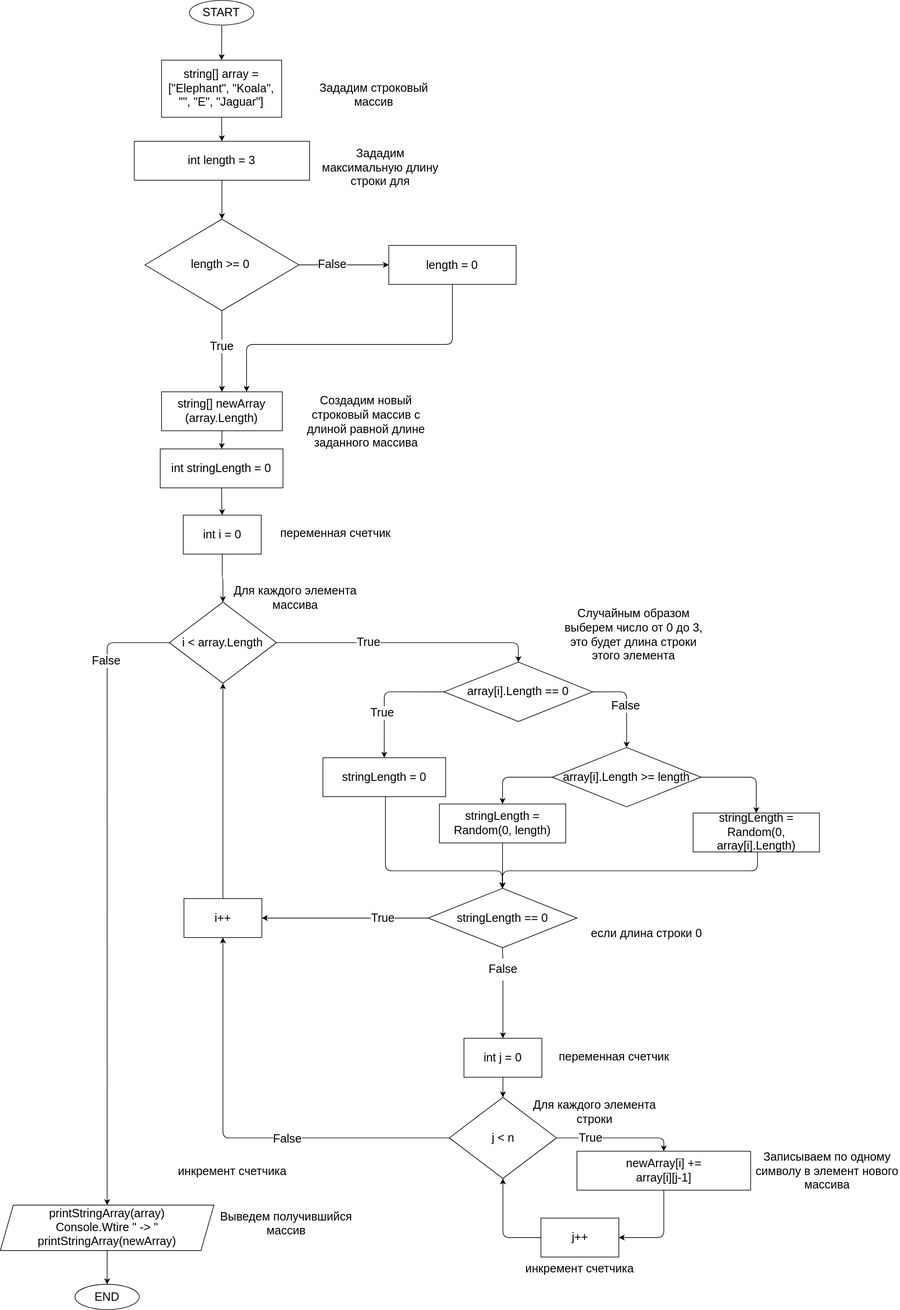
Above: task_diagram.drawio.svg in kraftonius/gb_quarter1 (draw.io), before the change. Source tidied: cells renumbered, new cells last; positions are measured from the earlier drawing's top-left corner, leaving out a move shared by most shapes.
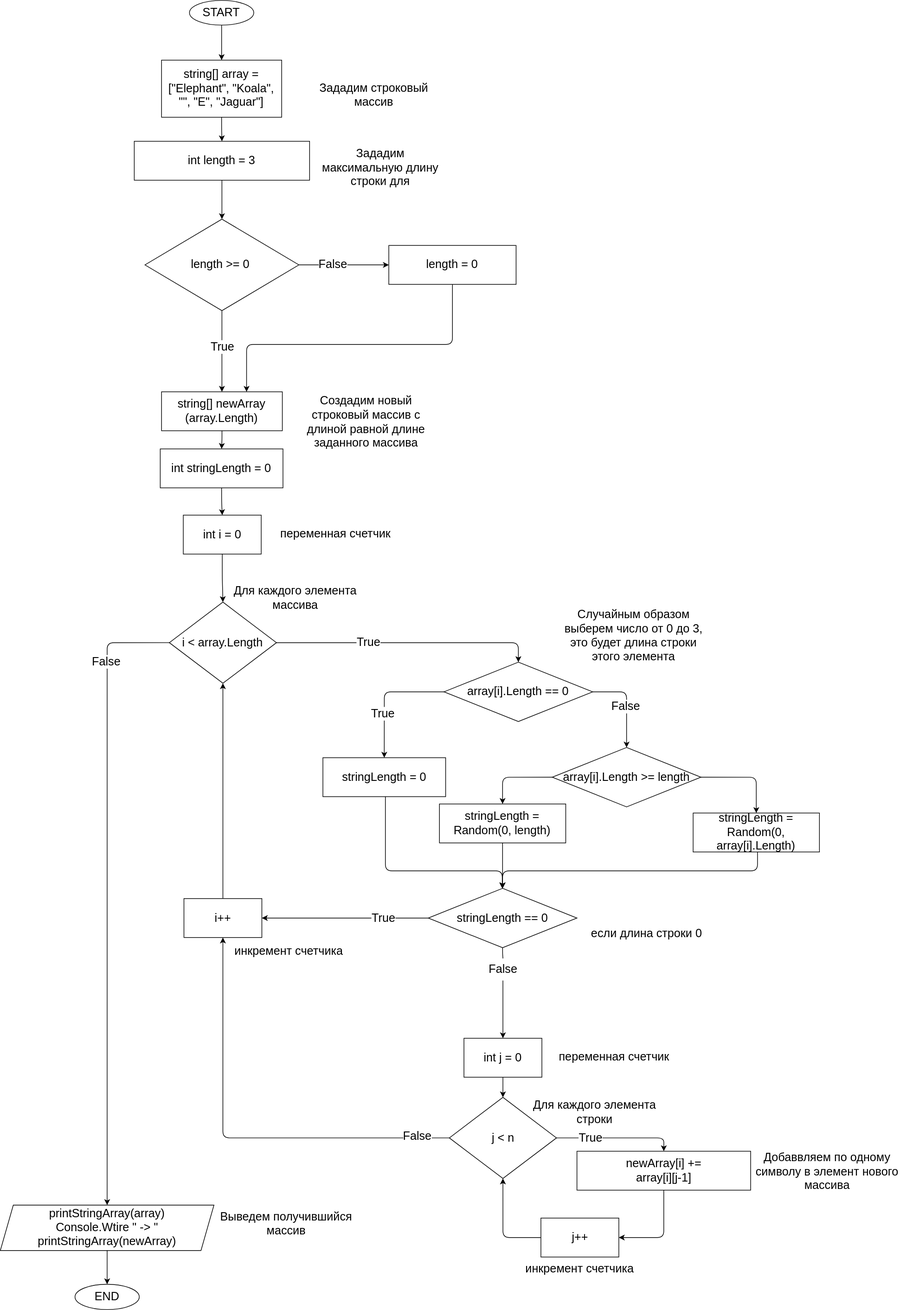
Later version of the same file.

Change to the diagram source:
```diff
@@ -59,7 +59,9 @@
       <mxGeometry relative="1" as="geometry" />
     </mxCell>
     <mxCell id="20" value="False" style="edgeLabel;html=1;align=center;verticalAlign=middle;fontSize=18;" parent="19" vertex="1">
-      <mxGeometry x="-0.24" y="1" relative="1" as="geometry" />
+      <mxGeometry x="-0.24" y="1" relative="1" as="geometry">
+        <mxPoint x="200" y="-4" as="offset" />
+      </mxGeometry>
     </mxCell>
     <mxCell id="21" value="j &amp;lt; n" style="rhombus;whiteSpace=wrap;html=1;fontSize=18;" parent="1" vertex="1">
       <mxGeometry x="691.5" y="1690" width="165" height="125" as="geometry" />
@@ -106,7 +108,7 @@
     <mxCell id="35" value="Для каждого элемента строки" style="text;html=1;strokeColor=none;fillColor=none;align=center;verticalAlign=middle;whiteSpace=wrap;rounded=0;fontSize=18;" parent="1" vertex="1">
       <mxGeometry x="804" y="1681" width="223" height="63" as="geometry" />
     </mxCell>
-    <mxCell id="36" value="Записываем по одному символу в элемент нового массива" style="text;html=1;strokeColor=none;fillColor=none;align=center;verticalAlign=middle;whiteSpace=wrap;rounded=0;fontSize=18;" parent="1" vertex="1">
+    <mxCell id="36" value="Добаввляем по одному символу в элемент нового массива" style="text;html=1;strokeColor=none;fillColor=none;align=center;verticalAlign=middle;whiteSpace=wrap;rounded=0;fontSize=18;" parent="1" vertex="1">
       <mxGeometry x="1162" y="1773" width="223" height="63" as="geometry" />
     </mxCell>
     <mxCell id="37" value="переменная счетчик" style="text;html=1;strokeColor=none;fillColor=none;align=center;verticalAlign=middle;whiteSpace=wrap;rounded=0;fontSize=18;" parent="1" vertex="1">
@@ -116,7 +118,7 @@
       <mxGeometry x="781" y="1922" width="223" height="63" as="geometry" />
     </mxCell>
     <mxCell id="39" value="инкремент счетчика" style="text;html=1;strokeColor=none;fillColor=none;align=center;verticalAlign=middle;whiteSpace=wrap;rounded=0;fontSize=18;" parent="1" vertex="1">
-      <mxGeometry x="245.5" y="1773" width="223" height="63" as="geometry" />
+      <mxGeometry x="333" y="1433" width="223" height="63" as="geometry" />
     </mxCell>
     <mxCell id="40" value="Выведем получившийся массив" style="text;html=1;strokeColor=none;fillColor=none;align=center;verticalAlign=middle;whiteSpace=wrap;rounded=0;fontSize=18;" parent="1" vertex="1">
       <mxGeometry x="329" y="1853" width="223" height="63" as="geometry" />
```
